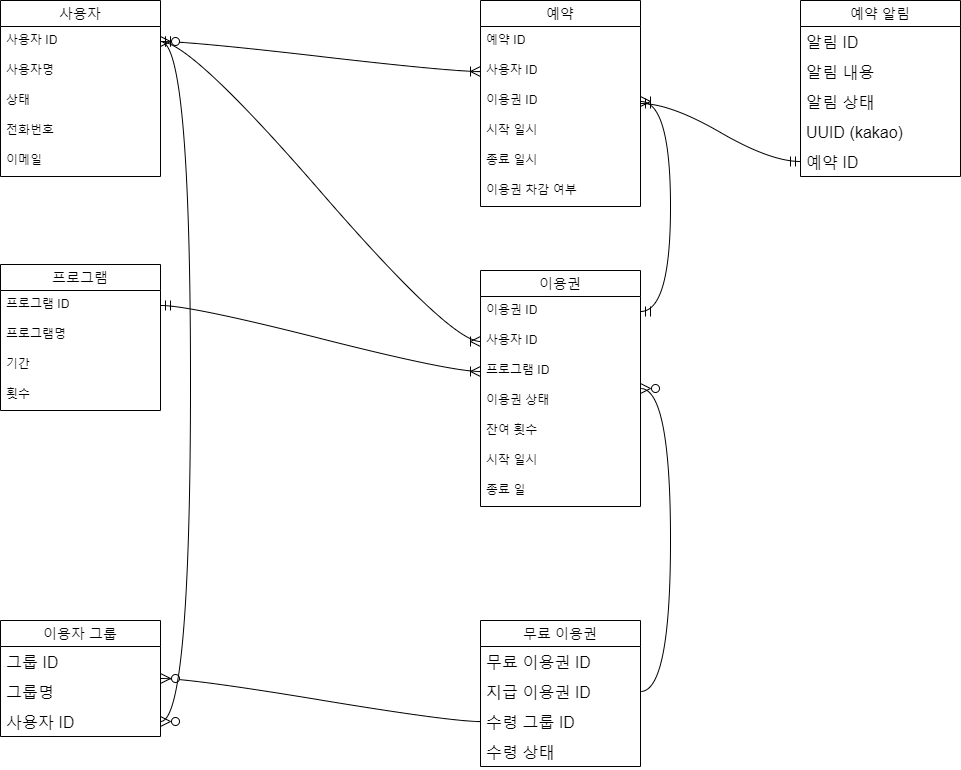
This is docs/ticket-manager-erd.png from GuardJo/ticket-manager, a draw.io export, as it was before one commit. Source tidied: cells renumbered, new cells last; positions are measured from the earlier drawing's top-left corner, leaving out a move shared by most shapes.
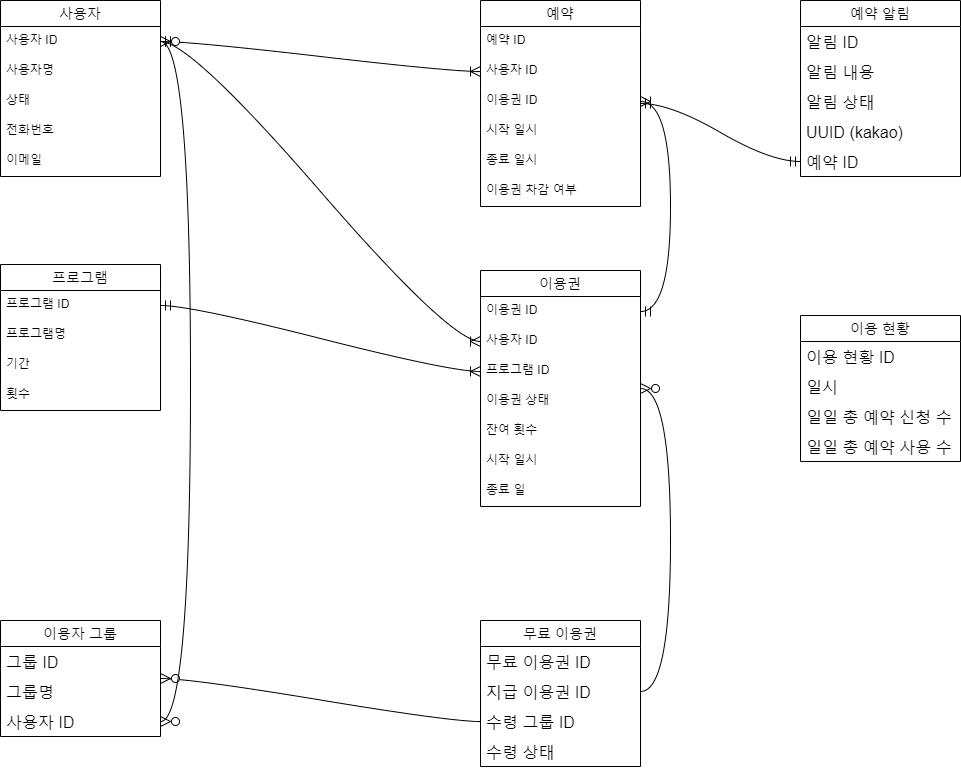
The same diagram one commit later.

Change to the diagram source:
```diff
@@ -149,5 +149,20 @@
     <mxCell id="50" style="edgeStyle=entityRelationEdgeStyle;fontSize=12;html=1;endArrow=ERmandOne;startArrow=ERmandOne;rounded=0;startSize=8;endSize=8;curved=1;" parent="1" edge="1" source="21" target="49">
       <mxGeometry relative="1" as="geometry" />
     </mxCell>
+    <mxCell id="51" value="이용 현황" style="swimlane;fontStyle=0;horizontal=1;startSize=26;align=center;fontSize=14;" parent="1" vertex="1">
+      <mxGeometry x="800" y="315" width="160" height="146" as="geometry" />
+    </mxCell>
+    <mxCell id="52" value="이용 현황 ID" style="text;strokeColor=none;fillColor=none;spacingLeft=4;spacingRight=4;overflow=hidden;fontSize=16;whiteSpace=wrap;html=1;" parent="51" vertex="1">
+      <mxGeometry y="26" width="160" height="30" as="geometry" />
+    </mxCell>
+    <mxCell id="53" value="일시" style="text;strokeColor=none;fillColor=none;spacingLeft=4;spacingRight=4;overflow=hidden;fontSize=16;whiteSpace=wrap;html=1;" parent="51" vertex="1">
+      <mxGeometry y="56" width="160" height="30" as="geometry" />
+    </mxCell>
+    <mxCell id="54" value="일일 총 예약 신청 수" style="text;strokeColor=none;fillColor=none;spacingLeft=4;spacingRight=4;overflow=hidden;fontSize=16;whiteSpace=wrap;html=1;" parent="51" vertex="1">
+      <mxGeometry y="86" width="160" height="30" as="geometry" />
+    </mxCell>
+    <mxCell id="55" value="일일 총 예약 사용 수" style="text;strokeColor=none;fillColor=none;spacingLeft=4;spacingRight=4;overflow=hidden;fontSize=16;whiteSpace=wrap;html=1;" parent="51" vertex="1">
+      <mxGeometry y="116" width="160" height="30" as="geometry" />
+    </mxCell>
   </root>
 </mxGraphModel>
```
